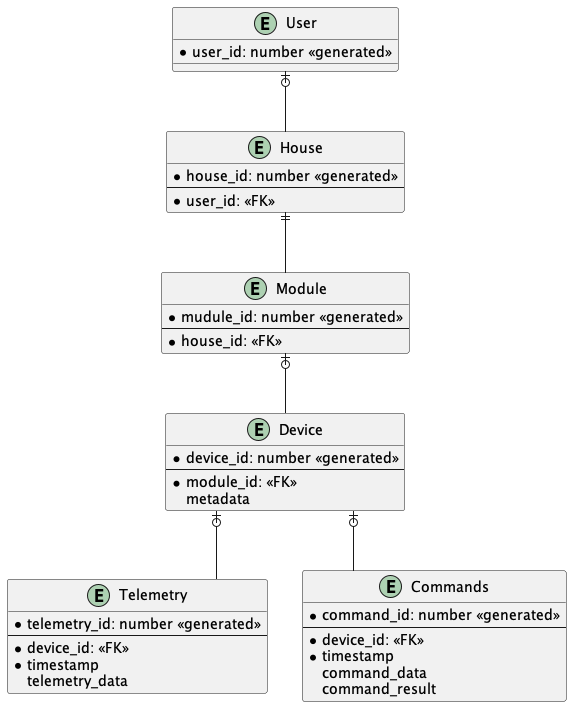
The PlantUML diagram diagrams/out/smart-home-microservices/ER.png in demon-mhm/architecture-sprint-3, before a commit.
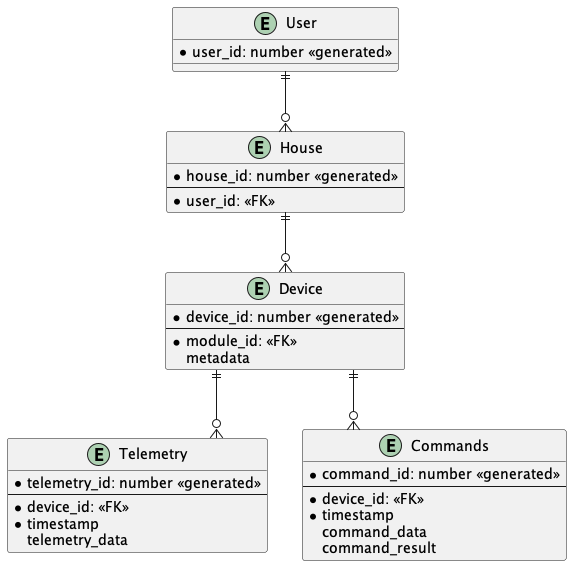
Later version of the same file.

The edit, as a diff of the source:
```diff
@@ -9,11 +9,6 @@
     * house_id: number <<generated>>
     --
     * user_id: <<FK>>
-}
-entity Module{
-    * mudule_id: number <<generated>>
-    --
-    * house_id: <<FK>>
 }
 entity Device {
     * device_id: number <<generated>>
@@ -37,9 +32,8 @@
     command_result
 }
 
-Module |o-- Device
-Device |o-- Telemetry
-Device |o-- Commands
-House ||-- Module
-User |o-- House
+Device ||--o{ Telemetry
+Device ||--o{ Commands
+House ||--o{ Device
+User ||--o{ House
 @enduml
```
